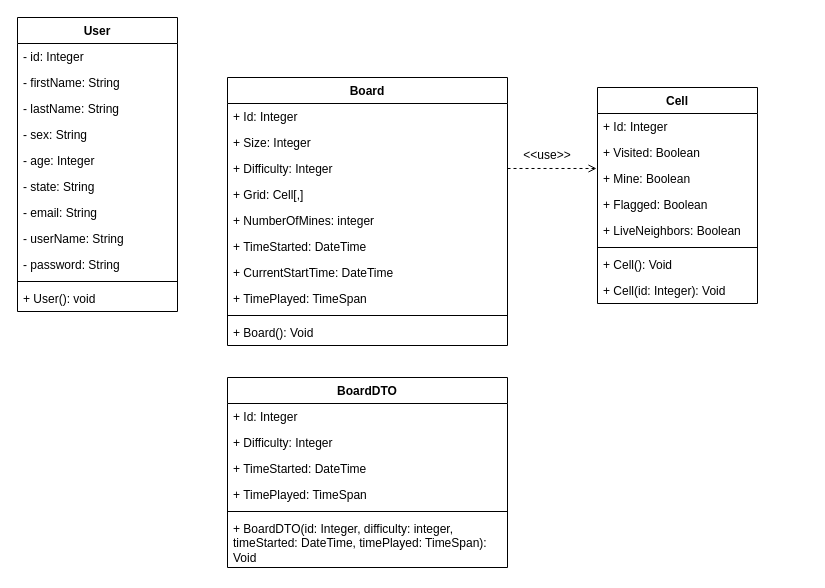
The draw.io diagram UMLDiagrams.drawio in MTeixeiraGCU/CST-350_Minesweeper, before the edit. Source tidied: cells renumbered, new cells numbered last; positions are measured from the earlier drawing's top-left corner, leaving out a move shared by most shapes. Both pictures are drawn from the tidied source at 100%, with x=0, y=0 at pixel (17, 17).
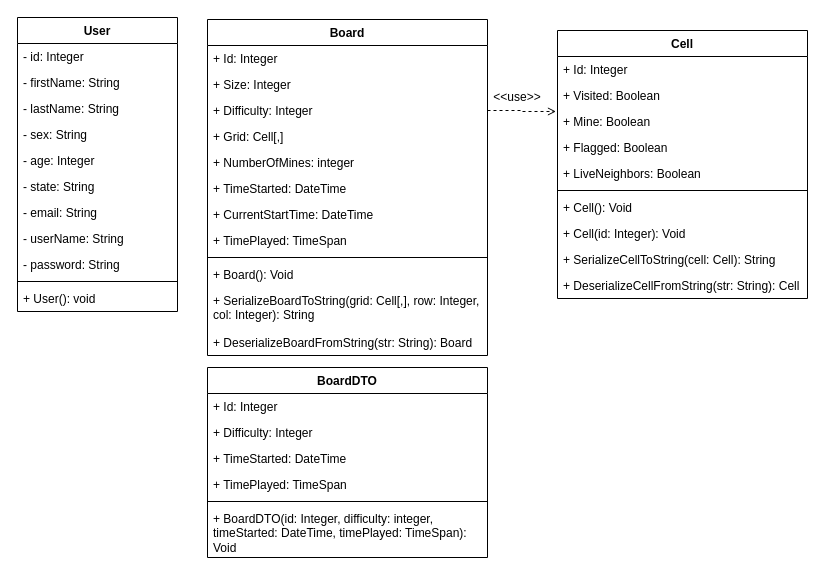
After the change.

Commit message (it also covers changes not shown here):
Updated the UML and DDL script to the revised version of serializing Cells.

Unchanged cells that the change refers to:
```xml
<mxCell id="28" value="+ Difficulty: Integer" style="text;strokeColor=none;fillColor=none;align=left;verticalAlign=top;spacingLeft=4;spacingRight=4;overflow=hidden;points=[[0,0.5],[1,0.5]];portConstraint=eastwest;" parent="25" vertex="1">
  <mxGeometry y="78" width="280" height="26" as="geometry" />
</mxCell>
```

What changed in the source:
```diff
@@
+    <mxCell id="23" style="edgeStyle=orthogonalEdgeStyle;rounded=0;jettySize=auto;html=1;exitX=1;exitY=0.5;exitDx=0;exitDy=0;entryX=-0.006;entryY=0.115;entryDx=0;entryDy=0;entryPerimeter=0;dashed=1;endArrow=open;endFill=0;" parent="1" edge="1" source="28" target="17">
+      <mxGeometry relative="1" as="geometry" />
+    </mxCell>
+    <mxCell id="24" value="&amp;lt;&amp;lt;use&amp;gt;&amp;gt;" style="text;html=1;strokeColor=none;fillColor=none;align=center;verticalAlign=middle;whiteSpace=wrap;rounded=0;" parent="1" vertex="1">
+      <mxGeometry x="480" y="70" width="40" height="20" as="geometry" />
+    </mxCell>
     <mxCell id="14" value="Cell" style="swimlane;fontStyle=1;align=center;verticalAlign=top;horizontal=1;startSize=26;" parent="1" vertex="1">
-      <mxGeometry x="580" y="70" width="160" height="216" as="geometry" />
+      <mxGeometry x="540" y="13" width="250" height="268" as="geometry" />
     </mxCell>
     <mxCell id="15" value="+ Id: Integer" style="text;strokeColor=none;fillColor=none;align=left;verticalAlign=top;spacingLeft=4;spacingRight=4;overflow=hidden;" parent="14" vertex="1">
-      <mxGeometry y="26" width="160" height="26" as="geometry" />
+      <mxGeometry y="26" width="250" height="26" as="geometry" />
     </mxCell>
     <mxCell id="16" value="+ Visited: Boolean" style="text;strokeColor=none;fillColor=none;align=left;verticalAlign=top;spacingLeft=4;spacingRight=4;overflow=hidden;" parent="14" vertex="1">
-      <mxGeometry y="52" width="160" height="26" as="geometry" />
+      <mxGeometry y="52" width="250" height="26" as="geometry" />
     </mxCell>
     <mxCell id="17" value="+ Mine: Boolean" style="text;strokeColor=none;fillColor=none;align=left;verticalAlign=top;spacingLeft=4;spacingRight=4;overflow=hidden;points=[[0,0.5],[1,0.5]];portConstraint=eastwest;" parent="14" vertex="1">
-      <mxGeometry y="78" width="160" height="26" as="geometry" />
+      <mxGeometry y="78" width="250" height="26" as="geometry" />
     </mxCell>
     <mxCell id="18" value="+ Flagged: Boolean" style="text;strokeColor=none;fillColor=none;align=left;verticalAlign=top;spacingLeft=4;spacingRight=4;overflow=hidden;" parent="14" vertex="1">
-      <mxGeometry y="104" width="160" height="26" as="geometry" />
+      <mxGeometry y="104" width="250" height="26" as="geometry" />
     </mxCell>
     <mxCell id="19" value="+ LiveNeighbors: Boolean" style="text;strokeColor=none;fillColor=none;align=left;verticalAlign=top;spacingLeft=4;spacingRight=4;overflow=hidden;" parent="14" vertex="1">
-      <mxGeometry y="130" width="160" height="26" as="geometry" />
+      <mxGeometry y="130" width="250" height="26" as="geometry" />
     </mxCell>
     <mxCell id="20" style="line;strokeWidth=1;fillColor=none;align=left;verticalAlign=middle;spacingTop=-1;spacingLeft=3;spacingRight=3;labelPosition=right;" parent="14" vertex="1">
-      <mxGeometry y="156" width="160" height="8" as="geometry" />
+      <mxGeometry y="156" width="250" height="8" as="geometry" />
     </mxCell>
     <mxCell id="21" value="+ Cell(): Void" style="text;strokeColor=none;fillColor=none;align=left;verticalAlign=top;spacingLeft=4;spacingRight=4;overflow=hidden;" parent="14" vertex="1">
-      <mxGeometry y="164" width="160" height="26" as="geometry" />
+      <mxGeometry y="164" width="250" height="26" as="geometry" />
     </mxCell>
     <mxCell id="22" value="+ Cell(id: Integer): Void" style="text;strokeColor=none;fillColor=none;align=left;verticalAlign=top;spacingLeft=4;spacingRight=4;overflow=hidden;" parent="14" vertex="1">
-      <mxGeometry y="190" width="160" height="26" as="geometry" />
+      <mxGeometry y="190" width="250" height="26" as="geometry" />
     </mxCell>
-    <mxCell id="23" style="edgeStyle=orthogonalEdgeStyle;rounded=0;jettySize=auto;html=1;exitX=1;exitY=0.5;exitDx=0;exitDy=0;entryX=-0.006;entryY=0.115;entryDx=0;entryDy=0;entryPerimeter=0;dashed=1;endArrow=open;endFill=0;" parent="1" edge="1" source="28" target="17">
-      <mxGeometry relative="1" as="geometry" />
-    </mxCell>
-    <mxCell id="24" value="&amp;lt;&amp;lt;use&amp;gt;&amp;gt;" style="text;html=1;strokeColor=none;fillColor=none;align=center;verticalAlign=middle;whiteSpace=wrap;rounded=0;" parent="1" vertex="1">
-      <mxGeometry x="510" y="128" width="40" height="20" as="geometry" />
-    </mxCell>
+    <mxCell id="43" value="+ SerializeCellToString(cell: Cell): String" style="text;strokeColor=none;fillColor=none;align=left;verticalAlign=top;spacingLeft=4;spacingRight=4;overflow=hidden;" parent="14" vertex="1">
+      <mxGeometry y="216" width="250" height="26" as="geometry" />
+    </mxCell>
+    <mxCell id="44" value="+ DeserializeCellFromString(str: String): Cell" style="text;strokeColor=none;fillColor=none;align=left;verticalAlign=top;spacingLeft=4;spacingRight=4;overflow=hidden;" parent="14" vertex="1">
+      <mxGeometry y="242" width="250" height="26" as="geometry" />
+    </mxCell>
     <mxCell id="25" value="Board" style="swimlane;fontStyle=1;align=center;verticalAlign=top;horizontal=1;startSize=26;" parent="1" vertex="1">
-      <mxGeometry x="210" y="60" width="280" height="268" as="geometry" />
+      <mxGeometry x="190" y="2" width="280" height="336" as="geometry" />
     </mxCell>
@@
+    <mxCell id="45" value="+ SerializeBoardToString(grid: Cell[,], row: Integer, col: Integer): String" style="text;strokeColor=none;fillColor=none;align=left;verticalAlign=top;spacingLeft=4;spacingRight=4;overflow=hidden;fontStyle=0;whiteSpace=wrap;" parent="25" vertex="1">
+      <mxGeometry y="268" width="280" height="42" as="geometry" />
+    </mxCell>
+    <mxCell id="46" value="+ DeserializeBoardFromString(str: String): Board" style="text;strokeColor=none;fillColor=none;align=left;verticalAlign=top;spacingLeft=4;spacingRight=4;overflow=hidden;" parent="25" vertex="1">
+      <mxGeometry y="310" width="280" height="26" as="geometry" />
+    </mxCell>
     <mxCell id="36" value="BoardDTO" style="swimlane;fontStyle=1;align=center;verticalAlign=top;horizontal=1;startSize=26;" parent="1" vertex="1">
-      <mxGeometry x="210" y="360" width="280" height="190" as="geometry" />
+      <mxGeometry x="190" y="350" width="280" height="190" as="geometry" />
     </mxCell>
```
